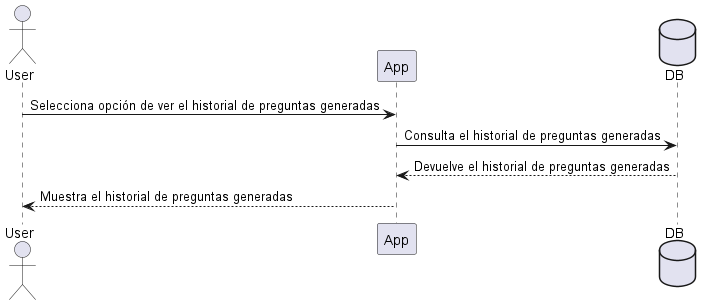
Arquisoft/wiq_es6b keeps this PlantUML diagram as images/Preguntas.png. Above is the earlier version.
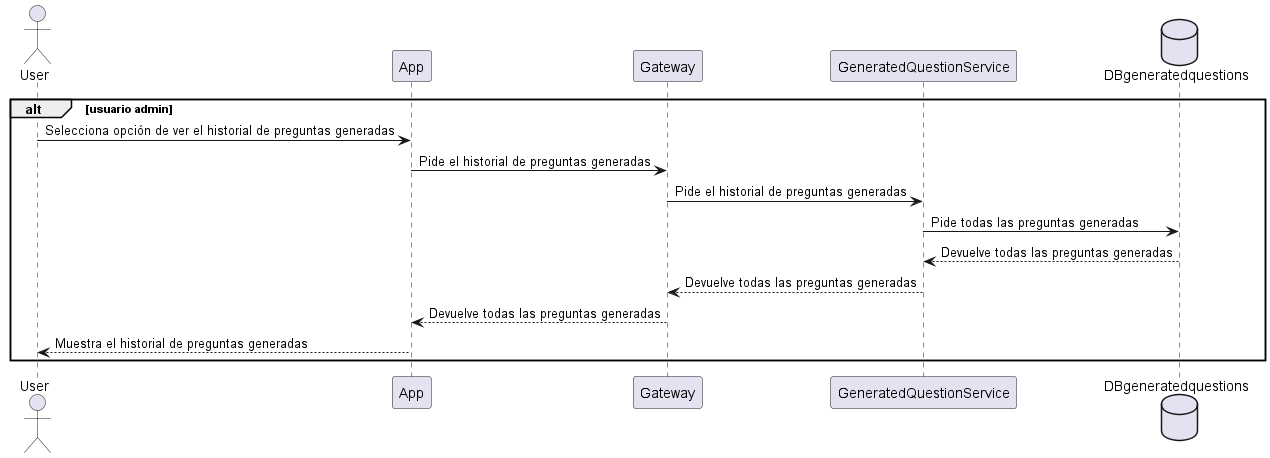
Later version of the same file.

Change to the diagram source:
```diff
@@ -1,10 +1,18 @@
 @startuml
 actor User
 participant App
-database DB
+participant Gateway
+participant GeneratedQuestionService
+database DBgeneratedquestions
 
+alt usuario admin
 User -> App: Selecciona opción de ver el historial de preguntas generadas
-App -> DB: Consulta el historial de preguntas generadas
-App <-- DB: Devuelve el historial de preguntas generadas
+App -> Gateway: Pide el historial de preguntas generadas
+Gateway -> GeneratedQuestionService: Pide el historial de preguntas generadas
+GeneratedQuestionService -> DBgeneratedquestions: Pide todas las preguntas generadas
+GeneratedQuestionService <-- DBgeneratedquestions: Devuelve todas las preguntas generadas
+Gateway <-- GeneratedQuestionService: Devuelve todas las preguntas generadas
+App <-- Gateway: Devuelve todas las preguntas generadas
 User <-- App: Muestra el historial de preguntas generadas
+end
 @enduml
```
